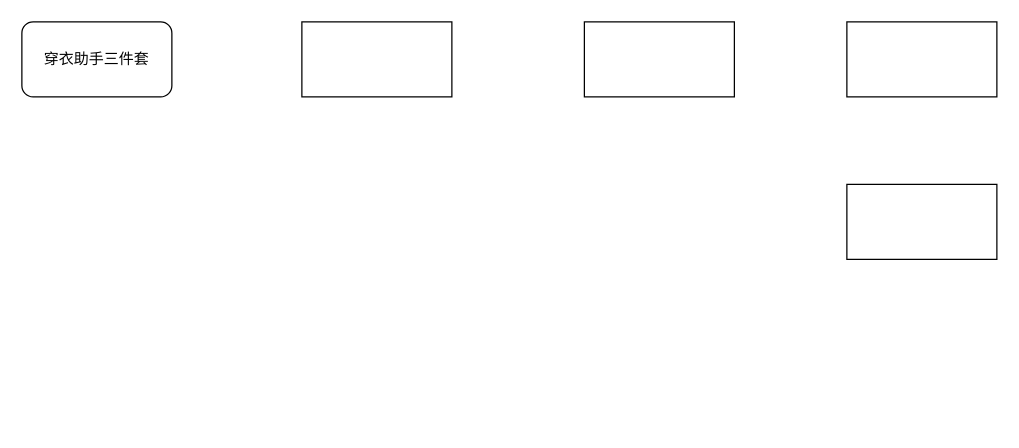
HengqianSong/drawIO keeps this draw.io diagram as moji/气象营销三个广告位原有调用逻辑.drawio. Above is the earlier version. Source tidied: cells renumbered, new cells numbered last; positions are measured from the earlier drawing's top-left corner, leaving out a move shared by most shapes. Both pictures are drawn from the tidied source at 125%, with x=0, y=0 at pixel (21, 21).
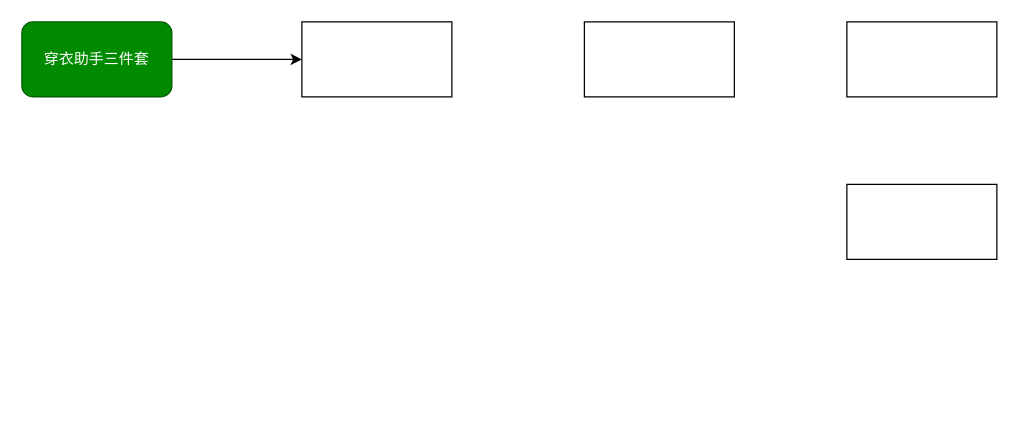
The same page after the edit.

Commit message (it also covers changes not shown here):
更新气象营销三个广告位原有调用逻辑.drawio

What changed in the source:
```diff
@@
 <mxGraphModel>
   <root>
     <mxCell id="0" />
     <mxCell id="1" parent="0" />
+    <mxCell id="8" style="edgeStyle=orthogonalEdgeStyle;rounded=0;jettySize=auto;html=1;" parent="1" edge="1" source="2" target="3">
+      <mxGeometry relative="1" as="geometry" />
+    </mxCell>
-    <mxCell id="2" value="穿衣助手三件套" style="rounded=1;whiteSpace=wrap;html=1;" parent="1" vertex="1">
+    <mxCell id="2" value="穿衣助手三件套" style="rounded=1;whiteSpace=wrap;html=1;fillColor=#008a00;fontColor=#ffffff;strokeColor=#005700;" parent="1" vertex="1">
       <mxGeometry width="120" height="60" as="geometry" />
     </mxCell>
     <mxCell id="3" style="rounded=0;whiteSpace=wrap;html=1;" parent="1" vertex="1">
       <mxGeometry x="224" width="120" height="60" as="geometry" />
     </mxCell>
     <mxCell id="4" style="rounded=0;whiteSpace=wrap;html=1;" parent="1" vertex="1">
       <mxGeometry x="450" width="120" height="60" as="geometry" />
     </mxCell>
     <mxCell id="5" style="rounded=0;whiteSpace=wrap;html=1;" parent="1" vertex="1">
       <mxGeometry x="660" width="120" height="60" as="geometry" />
     </mxCell>
     <mxCell id="6" style="rounded=0;whiteSpace=wrap;html=1;" parent="1" vertex="1">
       <mxGeometry x="660" y="130" width="120" height="60" as="geometry" />
     </mxCell>
     <mxCell id="7" value="&lt;div style=&quot;background-color: rgb(43, 43, 43); color: rgb(169, 183, 198);&quot;&gt;&lt;pre style=&quot;font-family:'JetBrains Mono',monospace;font-size:9.8pt;&quot;&gt;&lt;br&gt;&lt;/pre&gt;&lt;pre style=&quot;font-family:'JetBrains Mono',monospace;font-size:9.8pt;&quot;&gt;&lt;br&gt;&lt;/pre&gt;&lt;/div&gt;" style="text;html=1;align=center;verticalAlign=middle;strokeColor=none;fillColor=none;" parent="1" vertex="1">
       <mxGeometry x="230" y="243" width="20" height="80" as="geometry" />
     </mxCell>
   </root>
 </mxGraphModel>
```
